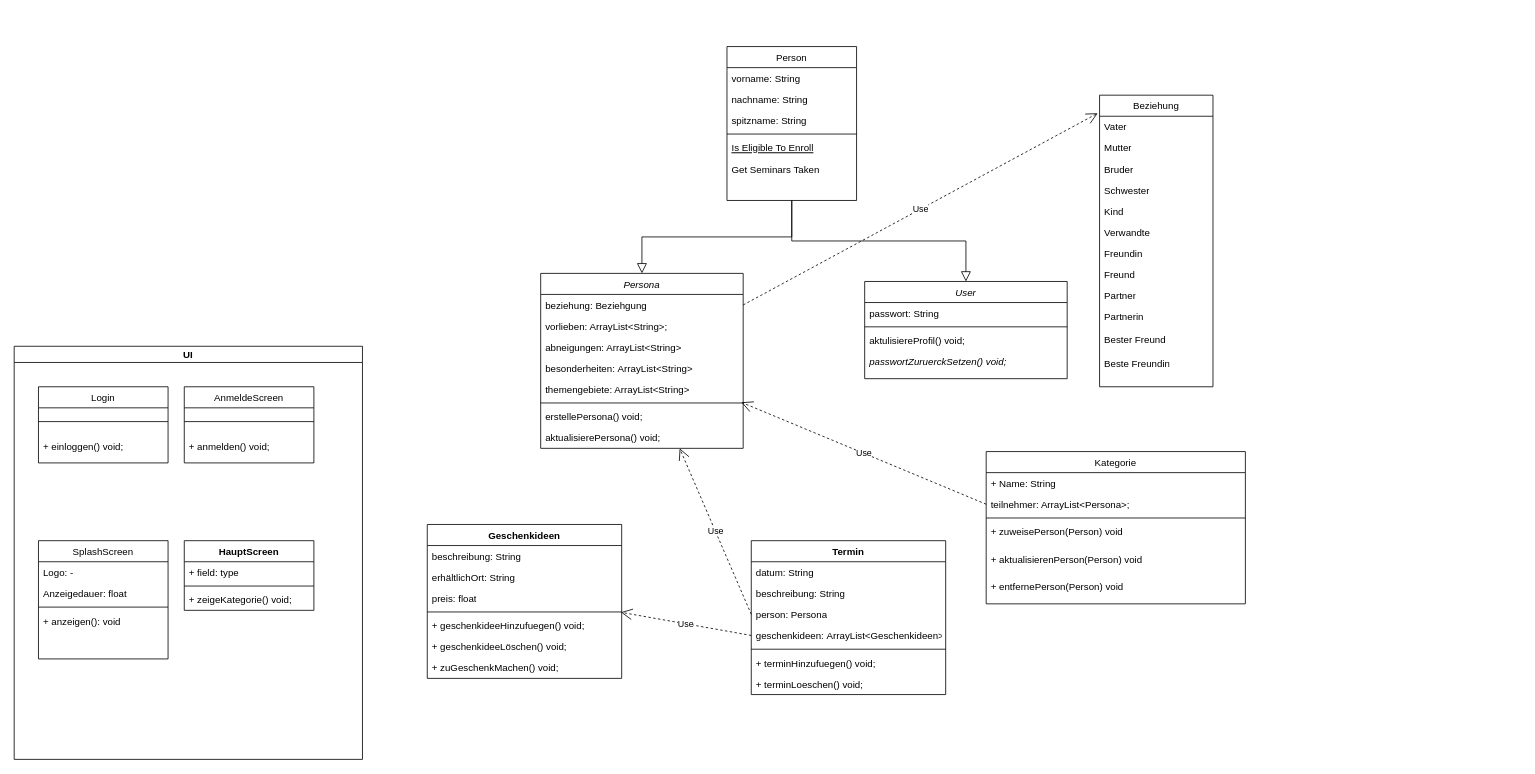
This is PresentPal.drawio from Soworage/PresentPal, a draw.io file, before an edit. Source tidied: cells renumbered, new cells numbered last; positions are measured from the earlier drawing's top-left corner, leaving out a move shared by most shapes. Both pictures are drawn from the tidied source at 81%, with x=0, y=0 at pixel (14, 46).
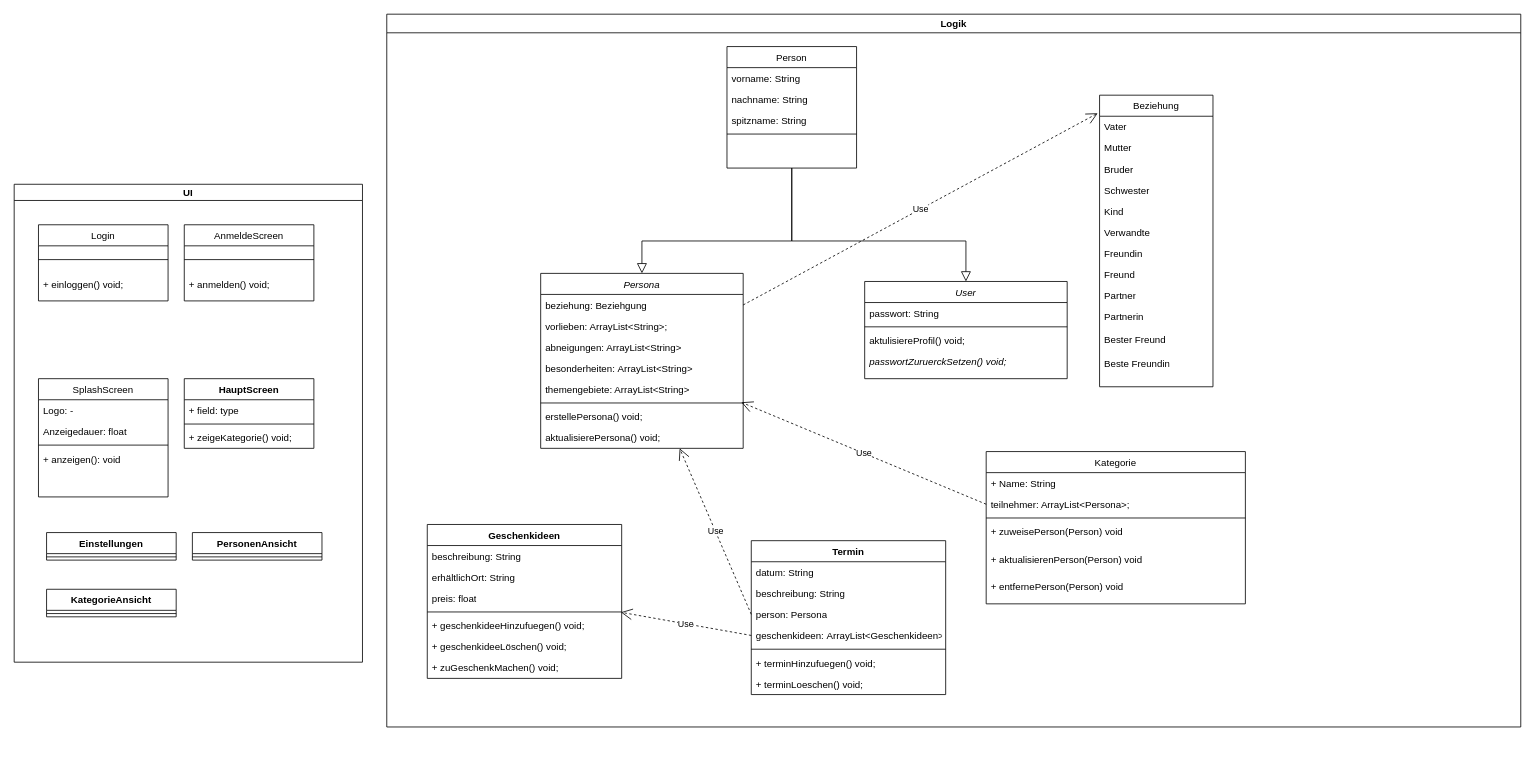
The same diagram, later.

Unchanged cells that the change refers to:
```xml
<mxCell id="2" value="Persona" style="swimlane;fontStyle=2;align=center;verticalAlign=top;horizontal=1;startSize=26;rounded=0;shadow=0;strokeWidth=1;" parent="1" vertex="1">
  <mxGeometry x="650" y="280" width="250" height="216" as="geometry" />
</mxCell>
<mxCell id="19" value="User" style="swimlane;fontStyle=2;align=center;verticalAlign=top;horizontal=1;startSize=26;rounded=0;shadow=0;strokeWidth=1;" parent="1" vertex="1">
  <mxGeometry x="1050" y="290" width="250" height="120" as="geometry" />
</mxCell>
```

Change to the diagram source:
```diff
@@
     <mxCell id="11" value="Person" style="swimlane;fontStyle=0;align=center;verticalAlign=top;horizontal=1;startSize=26;rounded=0;shadow=0;strokeWidth=1;" parent="1" vertex="1">
-      <mxGeometry x="880" width="160" height="190" as="geometry" />
+      <mxGeometry x="880" width="160" height="150" as="geometry" />
     </mxCell>
@@
-    <mxCell id="16" value="Is Eligible To Enroll" style="text;align=left;verticalAlign=top;spacingLeft=4;spacingRight=4;overflow=hidden;fontStyle=4;" parent="11" vertex="1">
-      <mxGeometry y="112" width="160" height="26" as="geometry" />
-    </mxCell>
-    <mxCell id="17" value="Get Seminars Taken" style="text;align=left;verticalAlign=top;spacingLeft=4;spacingRight=4;overflow=hidden;" parent="11" vertex="1">
-      <mxGeometry y="138" width="160" height="26" as="geometry" />
-    </mxCell>
-    <mxCell id="18" style="endArrow=block;endSize=10;endFill=0;shadow=0;strokeWidth=1;rounded=0;edgeStyle=elbowEdgeStyle;elbow=vertical;" parent="1" edge="1" source="11" target="2">
-      <mxGeometry relative="1" as="geometry" />
+    <mxCell id="18" style="endArrow=block;endSize=10;endFill=0;shadow=0;strokeWidth=1;rounded=0;edgeStyle=elbowEdgeStyle;elbow=vertical;entryX=0.5;entryY=0;entryDx=0;entryDy=0;" parent="1" edge="1" source="11" target="2">
+      <mxGeometry relative="1" as="geometry">
+        <Array as="points">
+          <mxPoint x="850" y="240" />
+        </Array>
+      </mxGeometry>
     </mxCell>
@@
     <mxCell id="24" style="endArrow=block;endSize=10;endFill=0;shadow=0;strokeWidth=1;rounded=0;edgeStyle=elbowEdgeStyle;elbow=vertical;entryX=0.5;entryY=0;entryDx=0;entryDy=0;exitX=0.5;exitY=1;exitDx=0;exitDy=0;" parent="1" edge="1" source="11" target="19">
-      <mxGeometry relative="1" as="geometry" />
+      <mxGeometry relative="1" as="geometry">
+        <Array as="points">
+          <mxPoint x="1070" y="240" />
+        </Array>
+      </mxGeometry>
     </mxCell>
@@
     <mxCell id="52" value="UI" style="swimlane;startSize=20;horizontal=1;containerType=tree;newEdgeStyle={&quot;edgeStyle&quot;:&quot;elbowEdgeStyle&quot;,&quot;startArrow&quot;:&quot;none&quot;,&quot;endArrow&quot;:&quot;none&quot;};" parent="1" vertex="1">
-      <mxGeometry y="370" width="430" height="510" as="geometry" />
+      <mxGeometry y="170" width="430" height="590" as="geometry" />
     </mxCell>
@@
+    <mxCell id="79" value="Einstellungen" style="swimlane;fontStyle=1;align=center;verticalAlign=top;horizontal=1;startSize=26;whiteSpace=wrap;html=1;" parent="52" vertex="1">
+      <mxGeometry x="40" y="430" width="160" height="34" as="geometry" />
+    </mxCell>
+    <mxCell id="80" style="line;strokeWidth=1;fillColor=none;align=left;verticalAlign=middle;spacingTop=-1;spacingLeft=3;spacingRight=3;labelPosition=right;strokeColor=inherit;" parent="79" vertex="1">
+      <mxGeometry y="26" width="160" height="8" as="geometry" />
+    </mxCell>
+    <mxCell id="81" value="PersonenAnsicht" style="swimlane;fontStyle=1;align=center;verticalAlign=top;horizontal=1;startSize=26;whiteSpace=wrap;html=1;" parent="52" vertex="1">
+      <mxGeometry x="220" y="430" width="160" height="34" as="geometry" />
+    </mxCell>
+    <mxCell id="82" style="line;strokeWidth=1;fillColor=none;align=left;verticalAlign=middle;spacingTop=-1;spacingLeft=3;spacingRight=3;labelPosition=right;strokeColor=inherit;" parent="81" vertex="1">
+      <mxGeometry y="26" width="160" height="8" as="geometry" />
+    </mxCell>
+    <mxCell id="83" value="KategorieAnsicht" style="swimlane;fontStyle=1;align=center;verticalAlign=top;horizontal=1;startSize=26;whiteSpace=wrap;html=1;" parent="52" vertex="1">
+      <mxGeometry x="40" y="500" width="160" height="34" as="geometry" />
+    </mxCell>
+    <mxCell id="84" style="line;strokeWidth=1;fillColor=none;align=left;verticalAlign=middle;spacingTop=-1;spacingLeft=3;spacingRight=3;labelPosition=right;strokeColor=inherit;" parent="83" vertex="1">
+      <mxGeometry y="26" width="160" height="8" as="geometry" />
+    </mxCell>
@@
+    <mxCell id="85" value="Logik" style="swimlane;" parent="1" vertex="1">
+      <mxGeometry x="460" y="-40" width="1400" height="880" as="geometry" />
+    </mxCell>
```
